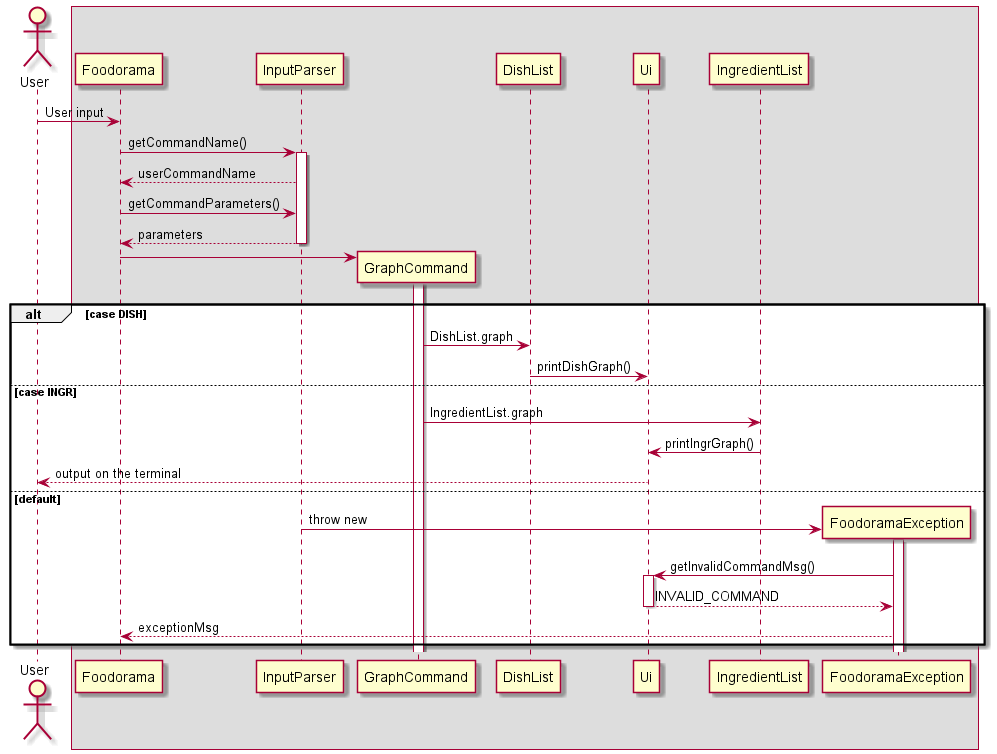
Above: docs/images/graph_sequence.png in nus-cs2113-AY2122S1/tp (PlantUML), before the change.
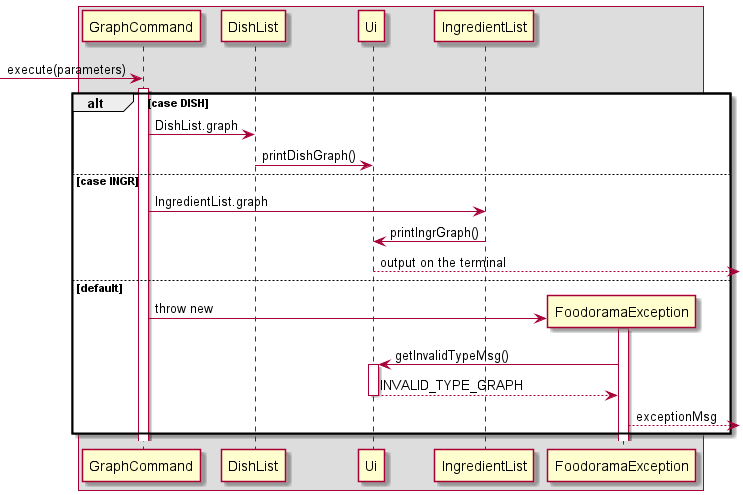
The same diagram one commit later.

What changed in the source:
```diff
@@ -3,20 +3,9 @@
 hide circle
 skinparam classAttributeIconSize 0
 
-actor User
-
-Box
-User -> Foodorama: User input
-Foodorama -> InputParser: getCommandName()
-activate InputParser
-Foodorama <-- InputParser: userCommandName
-
-Foodorama -> InputParser: getCommandParameters()
-
-return parameters
-
+box
 create GraphCommand
-Foodorama -> GraphCommand
+ -> GraphCommand : execute(parameters)
 activate GraphCommand
 
 alt case DISH
@@ -27,18 +16,18 @@
 else case INGR
     GraphCommand -> IngredientList : IngredientList.graph
     IngredientList -> Ui: printIngrGraph()
-    Ui --> User: output on the terminal
+    Ui --> : output on the terminal
 
 else default
     create FoodoramaException
-    InputParser -> FoodoramaException: throw new
+    GraphCommand -> FoodoramaException: throw new
     activate FoodoramaException
 
-    FoodoramaException -> Ui: getInvalidCommandMsg()
+    FoodoramaException -> Ui: getInvalidTypeMsg()
     activate Ui
-    FoodoramaException<-- Ui : INVALID_COMMAND
+    FoodoramaException<-- Ui : INVALID_TYPE_GRAPH
     deactivate Ui
-    FoodoramaException --> Foodorama: exceptionMsg
+    FoodoramaException --> : exceptionMsg
 end
 
 @enduml
```
